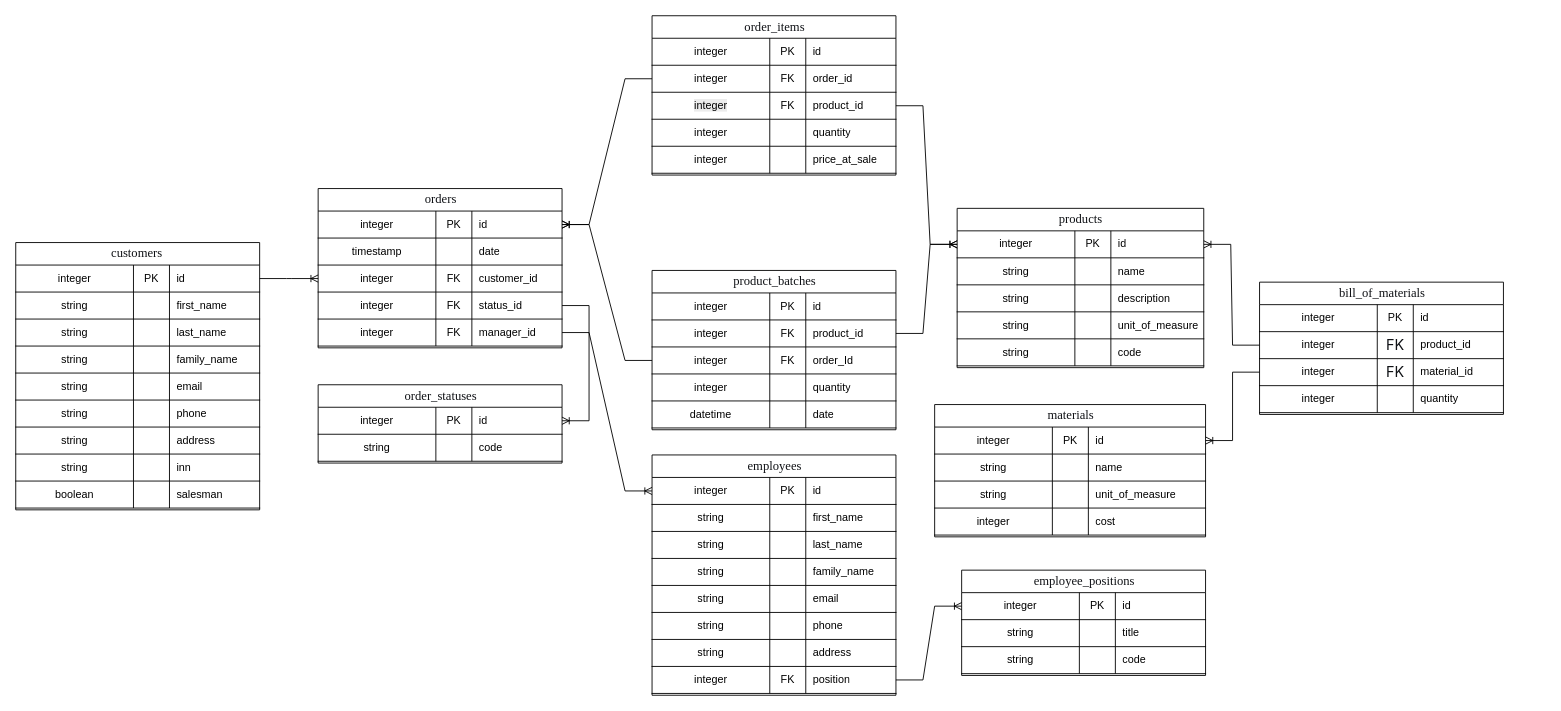
Above: page "Страница-2" (2 of 2) of задание_1/ПП.drawio in Filimon4/PP-.05-2026 (draw.io), before the change. Source tidied: cells renumbered, new cells numbered last; positions are measured from the earlier drawing's top-left corner, leaving out a move shared by most shapes. Both pictures are drawn from the tidied source at 90%, with x=0, y=0 at pixel (15, 15).
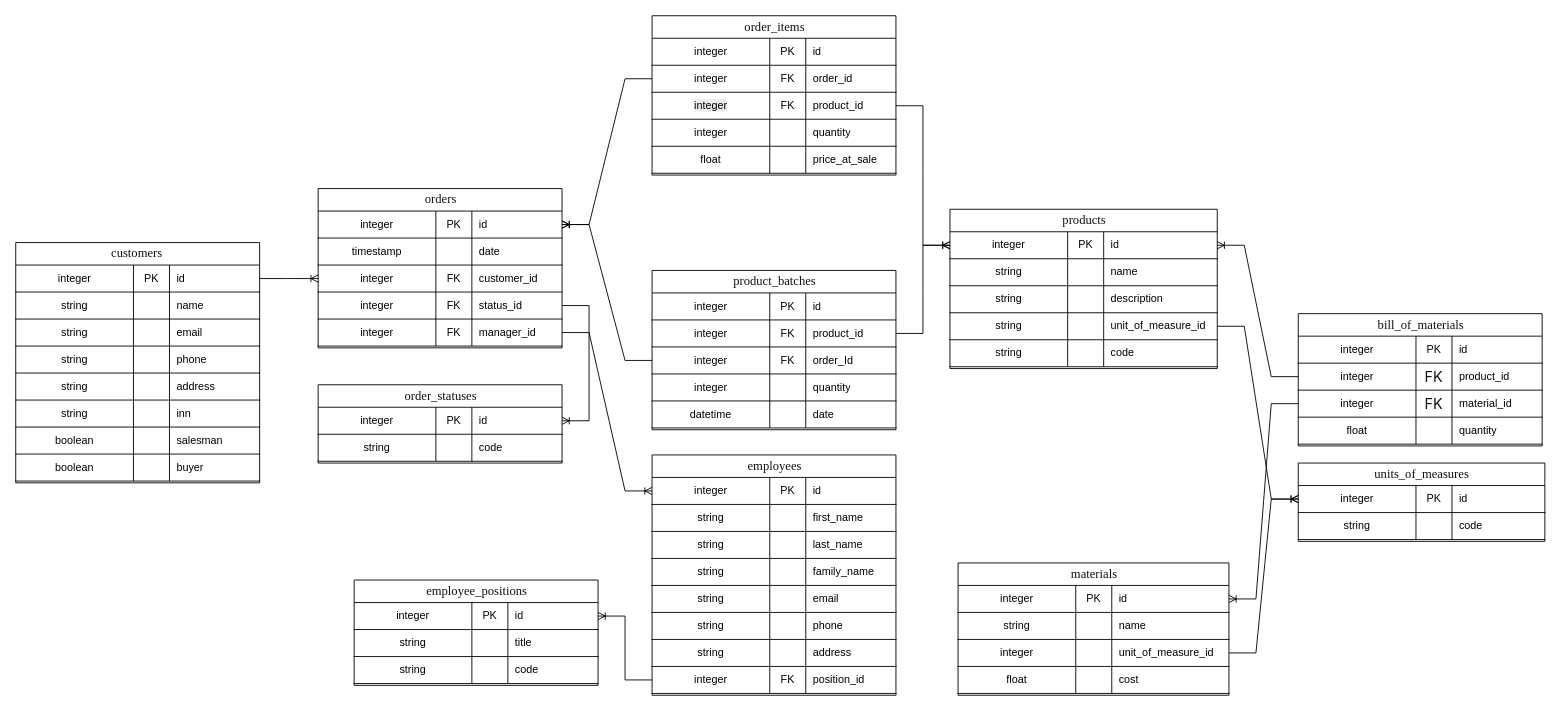
Above is the later version.

Unchanged cells that the change refers to:
```xml
<mxCell id="7" style="shape=tableRow;horizontal=0;startSize=0;swimlaneHead=0;swimlaneBody=0;fillColor=none;top=0;left=0;right=0;bottom=1;fontStyle=0;" parent="2" vertex="1">
  <mxGeometry y="55" width="271" height="30" as="geometry" />
</mxCell>
<mxCell id="69" style="shape=tableRow;horizontal=0;startSize=0;swimlaneHead=0;swimlaneBody=0;fillColor=none;points=[[0,0.5],[1,0.5]];portConstraint=eastwest;top=0;left=0;right=0;bottom=1;fontStyle=0;" parent="60" vertex="1">
  <mxGeometry y="85" width="301" height="30" as="geometry" />
</mxCell>
<mxCell id="73" style="shape=tableRow;horizontal=0;startSize=0;swimlaneHead=0;swimlaneBody=0;fillColor=none;top=0;left=0;right=0;bottom=1;fontStyle=0;" parent="60" vertex="1">
  <mxGeometry y="115" width="301" height="30" as="geometry" />
</mxCell>
<mxCell id="115" style="shape=tableRow;horizontal=0;startSize=0;swimlaneHead=0;swimlaneBody=0;fillColor=none;top=0;left=0;right=0;bottom=1;fontStyle=0;" parent="98" vertex="1">
  <mxGeometry y="145" width="271" height="30" as="geometry" />
</mxCell>
<mxCell id="148" style="shape=tableRow;horizontal=0;startSize=0;swimlaneHead=0;swimlaneBody=0;fillColor=none;points=[[0,0.5],[1,0.5]];portConstraint=eastwest;top=0;left=0;right=0;bottom=1;fontStyle=0;" parent="119" vertex="1">
  <mxGeometry y="235" width="271" height="30" as="geometry" />
</mxCell>
<mxCell id="165" style="shape=tableRow;horizontal=0;startSize=0;swimlaneHead=0;swimlaneBody=0;fillColor=none;top=0;left=0;right=0;bottom=1;fontStyle=0;" parent="152" vertex="1">
  <mxGeometry y="115" width="271" height="30" as="geometry" />
</mxCell>
<mxCell id="199" style="shape=tableRow;horizontal=0;startSize=0;swimlaneHead=0;swimlaneBody=0;fillColor=none;points=[[0,0.5],[1,0.5]];portConstraint=eastwest;top=0;left=0;right=0;bottom=1;fontStyle=0;" parent="198" vertex="1">
  <mxGeometry y="25" width="271" height="30" as="geometry" />
</mxCell>
```

What changed in the source:
```diff
@@
     <mxCell id="2" value="&lt;font face=&quot;Times New Roman&quot; style=&quot;font-size: 14px;&quot;&gt;&lt;span style=&quot;color: rgb(15, 17, 21); text-align: start; text-wrap-mode: wrap; background-color: rgb(255, 255, 255);&quot;&gt;customers&lt;/span&gt;&lt;span style=&quot;color: rgb(15, 17, 21); text-align: start; text-wrap-mode: wrap; background-color: rgb(255, 255, 255);&quot;&gt;&amp;nbsp;&lt;/span&gt;&lt;/font&gt;" style="shape=table;startSize=25;childLayout=tableLayout;rowLines=0;fontStyle=0;align=center;html=1;" parent="1" vertex="1">
-      <mxGeometry y="252" width="271" height="297" as="geometry" />
+      <mxGeometry y="252" width="271" height="267" as="geometry" />
     </mxCell>
@@
-    <mxCell id="10" value="first_name" style="shape=partialRectangle;fillColor=none;top=0;left=0;bottom=0;right=0;align=left;spacingLeft=6;fontStyle=0;overflow=hidden;whiteSpace=wrap;html=1;" parent="7" vertex="1">
+    <mxCell id="10" value="name" style="shape=partialRectangle;fillColor=none;top=0;left=0;bottom=0;right=0;align=left;spacingLeft=6;fontStyle=0;overflow=hidden;whiteSpace=wrap;html=1;" parent="7" vertex="1">
       <mxGeometry x="170.8" width="100.2" height="30" as="geometry" />
     </mxCell>
-    <mxCell id="11" style="shape=tableRow;horizontal=0;startSize=0;swimlaneHead=0;swimlaneBody=0;fillColor=none;top=0;left=0;right=0;bottom=1;fontStyle=0;" parent="2" vertex="1">
-      <mxGeometry y="85" width="271" height="30" as="geometry" />
-    </mxCell>
-    <mxCell id="12" value="string" style="shape=partialRectangle;fillColor=none;top=0;left=0;bottom=0;right=0;fontStyle=0;overflow=hidden;whiteSpace=wrap;html=1;align=center;" parent="11" vertex="1">
-      <mxGeometry width="130.8" height="30" as="geometry" />
-    </mxCell>
-    <mxCell id="13" style="shape=partialRectangle;fillColor=none;top=0;left=0;bottom=0;right=0;fontStyle=0;overflow=hidden;whiteSpace=wrap;html=1;" parent="11" vertex="1">
-      <mxGeometry x="130.8" width="40" height="30" as="geometry" />
-    </mxCell>
-    <mxCell id="14" value="last_name" style="shape=partialRectangle;fillColor=none;top=0;left=0;bottom=0;right=0;align=left;spacingLeft=6;fontStyle=0;overflow=hidden;whiteSpace=wrap;html=1;" parent="11" vertex="1">
-      <mxGeometry x="170.8" width="100.2" height="30" as="geometry" />
-    </mxCell>
-    <mxCell id="15" style="shape=tableRow;horizontal=0;startSize=0;swimlaneHead=0;swimlaneBody=0;fillColor=none;top=0;left=0;right=0;bottom=1;fontStyle=0;" parent="2" vertex="1">
-      <mxGeometry y="115" width="271" height="30" as="geometry" />
-    </mxCell>
-    <mxCell id="16" value="string" style="shape=partialRectangle;fillColor=none;top=0;left=0;bottom=0;right=0;fontStyle=0;overflow=hidden;whiteSpace=wrap;html=1;align=center;" parent="15" vertex="1">
-      <mxGeometry width="130.8" height="30" as="geometry" />
-    </mxCell>
-    <mxCell id="17" style="shape=partialRectangle;fillColor=none;top=0;left=0;bottom=0;right=0;fontStyle=0;overflow=hidden;whiteSpace=wrap;html=1;" parent="15" vertex="1">
-      <mxGeometry x="130.8" width="40" height="30" as="geometry" />
-    </mxCell>
-    <mxCell id="18" value="family_name" style="shape=partialRectangle;fillColor=none;top=0;left=0;bottom=0;right=0;align=left;spacingLeft=6;fontStyle=0;overflow=hidden;whiteSpace=wrap;html=1;" parent="15" vertex="1">
-      <mxGeometry x="170.8" width="100.2" height="30" as="geometry" />
-    </mxCell>
     <mxCell id="19" style="shape=tableRow;horizontal=0;startSize=0;swimlaneHead=0;swimlaneBody=0;fillColor=none;top=0;left=0;right=0;bottom=1;fontStyle=0;" parent="2" vertex="1">
-      <mxGeometry y="145" width="271" height="30" as="geometry" />
+      <mxGeometry y="85" width="271" height="30" as="geometry" />
     </mxCell>
@@
     <mxCell id="23" style="shape=tableRow;horizontal=0;startSize=0;swimlaneHead=0;swimlaneBody=0;fillColor=none;top=0;left=0;right=0;bottom=1;fontStyle=0;" parent="2" vertex="1">
-      <mxGeometry y="175" width="271" height="30" as="geometry" />
+      <mxGeometry y="115" width="271" height="30" as="geometry" />
     </mxCell>
@@
     <mxCell id="27" style="shape=tableRow;horizontal=0;startSize=0;swimlaneHead=0;swimlaneBody=0;fillColor=none;top=0;left=0;right=0;bottom=1;fontStyle=0;" parent="2" vertex="1">
-      <mxGeometry y="205" width="271" height="30" as="geometry" />
+      <mxGeometry y="145" width="271" height="30" as="geometry" />
     </mxCell>
@@
     <mxCell id="31" style="shape=tableRow;horizontal=0;startSize=0;swimlaneHead=0;swimlaneBody=0;fillColor=none;top=0;left=0;right=0;bottom=1;fontStyle=0;" parent="2" vertex="1">
-      <mxGeometry y="235" width="271" height="30" as="geometry" />
+      <mxGeometry y="175" width="271" height="30" as="geometry" />
     </mxCell>
@@
     <mxCell id="35" style="shape=tableRow;horizontal=0;startSize=0;swimlaneHead=0;swimlaneBody=0;fillColor=none;top=0;left=0;right=0;bottom=1;fontStyle=0;" parent="2" vertex="1">
-      <mxGeometry y="265" width="271" height="30" as="geometry" />
+      <mxGeometry y="205" width="271" height="30" as="geometry" />
     </mxCell>
@@
+    <mxCell id="222" style="shape=tableRow;horizontal=0;startSize=0;swimlaneHead=0;swimlaneBody=0;fillColor=none;top=0;left=0;right=0;bottom=1;fontStyle=0;" parent="2" vertex="1">
+      <mxGeometry y="235" width="271" height="30" as="geometry" />
+    </mxCell>
+    <mxCell id="223" value="boolean" style="shape=partialRectangle;fillColor=none;top=0;left=0;bottom=0;right=0;fontStyle=0;overflow=hidden;whiteSpace=wrap;html=1;align=center;" parent="222" vertex="1">
+      <mxGeometry width="130.8" height="30" as="geometry" />
+    </mxCell>
+    <mxCell id="224" style="shape=partialRectangle;fillColor=none;top=0;left=0;bottom=0;right=0;fontStyle=0;overflow=hidden;whiteSpace=wrap;html=1;" parent="222" vertex="1">
+      <mxGeometry x="130.8" width="40" height="30" as="geometry" />
+    </mxCell>
+    <mxCell id="225" value="buyer" style="shape=partialRectangle;fillColor=none;top=0;left=0;bottom=0;right=0;align=left;spacingLeft=6;fontStyle=0;overflow=hidden;whiteSpace=wrap;html=1;" parent="222" vertex="1">
+      <mxGeometry x="170.8" width="100.2" height="30" as="geometry" />
+    </mxCell>
     <mxCell id="39" value="&lt;div style=&quot;text-align: start;&quot;&gt;&lt;font color=&quot;#0f1115&quot; face=&quot;Times New Roman&quot;&gt;&lt;span style=&quot;font-size: 14px; text-wrap-mode: wrap; background-color: rgb(255, 255, 255);&quot;&gt;products&lt;/span&gt;&lt;/font&gt;&lt;/div&gt;" style="shape=table;startSize=25;childLayout=tableLayout;rowLines=0;fontStyle=0;align=center;html=1;" parent="1" vertex="1">
-      <mxGeometry x="1046" y="214" width="274" height="177" as="geometry" />
+      <mxGeometry x="1038" y="215" width="297" height="177" as="geometry" />
     </mxCell>
     <mxCell id="40" style="shape=tableRow;horizontal=0;startSize=0;swimlaneHead=0;swimlaneBody=0;fillColor=none;points=[[0,0.5],[1,0.5]];portConstraint=eastwest;top=0;left=0;right=0;bottom=1;fontStyle=0;" parent="39" vertex="1">
-      <mxGeometry y="25" width="274" height="30" as="geometry" />
+      <mxGeometry y="25" width="297" height="30" as="geometry" />
     </mxCell>
@@
     <mxCell id="43" value="id" style="shape=partialRectangle;fillColor=none;top=0;left=0;bottom=0;right=0;align=left;spacingLeft=6;fontStyle=0;overflow=hidden;whiteSpace=wrap;html=1;" parent="40" vertex="1">
-      <mxGeometry x="170.8" width="103.2" height="30" as="geometry" />
+      <mxGeometry x="170.8" width="126.2" height="30" as="geometry" />
     </mxCell>
     <mxCell id="44" style="shape=tableRow;horizontal=0;startSize=0;swimlaneHead=0;swimlaneBody=0;fillColor=none;top=0;left=0;right=0;bottom=1;fontStyle=0;" parent="39" vertex="1">
-      <mxGeometry y="55" width="274" height="30" as="geometry" />
+      <mxGeometry y="55" width="297" height="30" as="geometry" />
     </mxCell>
@@
     <mxCell id="47" value="name" style="shape=partialRectangle;fillColor=none;top=0;left=0;bottom=0;right=0;align=left;spacingLeft=6;fontStyle=0;overflow=hidden;whiteSpace=wrap;html=1;" parent="44" vertex="1">
-      <mxGeometry x="170.8" width="103.2" height="30" as="geometry" />
+      <mxGeometry x="170.8" width="126.2" height="30" as="geometry" />
     </mxCell>
     <mxCell id="48" style="shape=tableRow;horizontal=0;startSize=0;swimlaneHead=0;swimlaneBody=0;fillColor=none;top=0;left=0;right=0;bottom=1;fontStyle=0;" parent="39" vertex="1">
-      <mxGeometry y="85" width="274" height="30" as="geometry" />
+      <mxGeometry y="85" width="297" height="30" as="geometry" />
     </mxCell>
@@
     <mxCell id="51" value="description" style="shape=partialRectangle;fillColor=none;top=0;left=0;bottom=0;right=0;align=left;spacingLeft=6;fontStyle=0;overflow=hidden;whiteSpace=wrap;html=1;" parent="48" vertex="1">
-      <mxGeometry x="170.8" width="103.2" height="30" as="geometry" />
+      <mxGeometry x="170.8" width="126.2" height="30" as="geometry" />
     </mxCell>
     <mxCell id="52" style="shape=tableRow;horizontal=0;startSize=0;swimlaneHead=0;swimlaneBody=0;fillColor=none;points=[[0,0.5],[1,0.5]];portConstraint=eastwest;top=0;left=0;right=0;bottom=1;fontStyle=0;" parent="39" vertex="1">
-      <mxGeometry y="115" width="274" height="30" as="geometry" />
+      <mxGeometry y="115" width="297" height="30" as="geometry" />
     </mxCell>
@@
-    <mxCell id="55" value="unit_of_measure" style="shape=partialRectangle;fillColor=none;top=0;left=0;bottom=0;right=0;align=left;spacingLeft=6;fontStyle=0;overflow=hidden;whiteSpace=wrap;html=1;" parent="52" vertex="1">
-      <mxGeometry x="170.8" width="103.2" height="30" as="geometry" />
+    <mxCell id="55" value="unit_of_measure_id" style="shape=partialRectangle;fillColor=none;top=0;left=0;bottom=0;right=0;align=left;spacingLeft=6;fontStyle=0;overflow=hidden;whiteSpace=wrap;html=1;" parent="52" vertex="1">
+      <mxGeometry x="170.8" width="126.2" height="30" as="geometry" />
     </mxCell>
     <mxCell id="56" style="shape=tableRow;horizontal=0;startSize=0;swimlaneHead=0;swimlaneBody=0;fillColor=none;top=0;left=0;right=0;bottom=1;fontStyle=0;" parent="39" vertex="1">
-      <mxGeometry y="145" width="274" height="30" as="geometry" />
+      <mxGeometry y="145" width="297" height="30" as="geometry" />
     </mxCell>
@@
     <mxCell id="59" value="code" style="shape=partialRectangle;fillColor=none;top=0;left=0;bottom=0;right=0;align=left;spacingLeft=6;fontStyle=0;overflow=hidden;whiteSpace=wrap;html=1;" parent="56" vertex="1">
-      <mxGeometry x="170.8" width="103.2" height="30" as="geometry" />
+      <mxGeometry x="170.8" width="126.2" height="30" as="geometry" />
     </mxCell>
     <mxCell id="60" value="&lt;font color=&quot;#0f1115&quot; face=&quot;Times New Roman&quot;&gt;&lt;span style=&quot;font-size: 14px; text-wrap-mode: wrap; background-color: rgb(255, 255, 255);&quot;&gt;materials&lt;/span&gt;&lt;/font&gt;" style="shape=table;startSize=25;childLayout=tableLayout;rowLines=0;fontStyle=0;align=center;html=1;" parent="1" vertex="1">
-      <mxGeometry x="1021" y="432" width="301" height="147" as="geometry" />
+      <mxGeometry x="1047" y="608" width="301" height="147" as="geometry" />
     </mxCell>
@@
-    <mxCell id="70" value="string" style="shape=partialRectangle;fillColor=none;top=0;left=0;bottom=0;right=0;fontStyle=0;overflow=hidden;whiteSpace=wrap;html=1;align=center;" parent="69" vertex="1">
+    <mxCell id="70" value="integer" style="shape=partialRectangle;fillColor=none;top=0;left=0;bottom=0;right=0;fontStyle=0;overflow=hidden;whiteSpace=wrap;html=1;align=center;" parent="69" vertex="1">
       <mxGeometry width="130.8" height="30" as="geometry" />
     </mxCell>
@@
-    <mxCell id="72" value="unit_of_measure" style="shape=partialRectangle;fillColor=none;top=0;left=0;bottom=0;right=0;align=left;spacingLeft=6;fontStyle=0;overflow=hidden;whiteSpace=wrap;html=1;" parent="69" vertex="1">
+    <mxCell id="72" value="unit_of_measure_id" style="shape=partialRectangle;fillColor=none;top=0;left=0;bottom=0;right=0;align=left;spacingLeft=6;fontStyle=0;overflow=hidden;whiteSpace=wrap;html=1;" parent="69" vertex="1">
       <mxGeometry x="170.8" width="130.2" height="30" as="geometry" />
     </mxCell>
@@
-    <mxCell id="74" value="integer" style="shape=partialRectangle;fillColor=none;top=0;left=0;bottom=0;right=0;fontStyle=0;overflow=hidden;whiteSpace=wrap;html=1;align=center;" parent="73" vertex="1">
+    <mxCell id="74" value="float" style="shape=partialRectangle;fillColor=none;top=0;left=0;bottom=0;right=0;fontStyle=0;overflow=hidden;whiteSpace=wrap;html=1;align=center;" parent="73" vertex="1">
       <mxGeometry width="130.8" height="30" as="geometry" />
     </mxCell>
@@
-    <mxCell id="116" value="integer" style="shape=partialRectangle;fillColor=none;top=0;left=0;bottom=0;right=0;fontStyle=0;overflow=hidden;whiteSpace=wrap;html=1;align=center;" parent="115" vertex="1">
+    <mxCell id="116" value="float" style="shape=partialRectangle;fillColor=none;top=0;left=0;bottom=0;right=0;fontStyle=0;overflow=hidden;whiteSpace=wrap;html=1;align=center;" parent="115" vertex="1">
       <mxGeometry width="130.8" height="30" as="geometry" />
     </mxCell>
@@
-    <mxCell id="151" value="position" style="shape=partialRectangle;fillColor=none;top=0;left=0;bottom=0;right=0;align=left;spacingLeft=6;fontStyle=0;overflow=hidden;whiteSpace=wrap;html=1;" parent="148" vertex="1">
+    <mxCell id="151" value="position_id" style="shape=partialRectangle;fillColor=none;top=0;left=0;bottom=0;right=0;align=left;spacingLeft=6;fontStyle=0;overflow=hidden;whiteSpace=wrap;html=1;" parent="148" vertex="1">
       <mxGeometry x="170.8" width="100.2" height="30" as="geometry" />
     </mxCell>
     <mxCell id="152" value="&lt;div style=&quot;text-align: start;&quot;&gt;&lt;font color=&quot;#0f1115&quot; face=&quot;Times New Roman&quot;&gt;&lt;span style=&quot;font-size: 14px; text-wrap-mode: wrap; background-color: rgb(255, 255, 255);&quot;&gt;bill_of_materials&lt;/span&gt;&lt;/font&gt;&lt;/div&gt;" style="shape=table;startSize=25;childLayout=tableLayout;rowLines=0;fontStyle=0;align=center;html=1;" parent="1" vertex="1">
-      <mxGeometry x="1382" y="296" width="271" height="147" as="geometry" />
+      <mxGeometry x="1425" y="331" width="271" height="147" as="geometry" />
     </mxCell>
@@
-    <mxCell id="166" value="integer" style="shape=partialRectangle;fillColor=none;top=0;left=0;bottom=0;right=0;fontStyle=0;overflow=hidden;whiteSpace=wrap;html=1;align=center;" parent="165" vertex="1">
+    <mxCell id="166" value="float" style="shape=partialRectangle;fillColor=none;top=0;left=0;bottom=0;right=0;fontStyle=0;overflow=hidden;whiteSpace=wrap;html=1;align=center;" parent="165" vertex="1">
       <mxGeometry width="130.8" height="30" as="geometry" />
     </mxCell>
@@
     <mxCell id="198" value="&lt;div style=&quot;text-align: start;&quot;&gt;&lt;font color=&quot;#0f1115&quot; face=&quot;Times New Roman&quot;&gt;&lt;span style=&quot;font-size: 14px; text-wrap-mode: wrap; background-color: rgb(255, 255, 255);&quot;&gt;employee_positions&lt;/span&gt;&lt;/font&gt;&lt;/div&gt;" style="shape=table;startSize=25;childLayout=tableLayout;rowLines=0;fontStyle=0;align=center;html=1;" parent="1" vertex="1">
-      <mxGeometry x="1051" y="616" width="271" height="117" as="geometry" />
+      <mxGeometry x="376" y="627" width="271" height="117" as="geometry" />
     </mxCell>
@@
-    <mxCell id="211" style="edgeStyle=entityRelationEdgeStyle;fontSize=12;html=1;endArrow=ERoneToMany;rounded=0;exitX=1;exitY=0.5;exitDx=0;exitDy=0;entryX=0;entryY=0.5;entryDx=0;entryDy=0;" parent="1" edge="1" source="148" target="199">
+    <mxCell id="211" style="edgeStyle=entityRelationEdgeStyle;fontSize=12;html=1;endArrow=ERoneToMany;rounded=0;exitX=0;exitY=0.5;exitDx=0;exitDy=0;entryX=1;entryY=0.5;entryDx=0;entryDy=0;" parent="1" edge="1" source="148" target="199">
       <mxGeometry relative="1" as="geometry" />
     </mxCell>
@@
+    <mxCell id="226" value="&lt;div style=&quot;text-align: start;&quot;&gt;&lt;font color=&quot;#0f1115&quot; face=&quot;Times New Roman&quot;&gt;&lt;span style=&quot;font-size: 14px; text-wrap-mode: wrap; background-color: rgb(255, 255, 255);&quot;&gt;units_of_measures&lt;/span&gt;&lt;/font&gt;&lt;/div&gt;" style="shape=table;startSize=25;childLayout=tableLayout;rowLines=0;fontStyle=0;align=center;html=1;" parent="1" vertex="1">
+      <mxGeometry x="1425" y="497" width="274" height="87" as="geometry" />
+    </mxCell>
+    <mxCell id="227" style="shape=tableRow;horizontal=0;startSize=0;swimlaneHead=0;swimlaneBody=0;fillColor=none;points=[[0,0.5],[1,0.5]];portConstraint=eastwest;top=0;left=0;right=0;bottom=1;fontStyle=0;" parent="226" vertex="1">
+      <mxGeometry y="25" width="274" height="30" as="geometry" />
+    </mxCell>
+    <mxCell id="228" value="&lt;div style=&quot;&quot;&gt;&lt;span style=&quot;&quot;&gt;integer&lt;/span&gt;&lt;/div&gt;" style="shape=partialRectangle;fillColor=none;top=0;left=0;bottom=0;right=0;fontStyle=0;overflow=hidden;whiteSpace=wrap;html=1;align=center;" parent="227" vertex="1">
+      <mxGeometry width="130.8" height="30" as="geometry" />
+    </mxCell>
+    <mxCell id="229" value="PK" style="shape=partialRectangle;fillColor=none;top=0;left=0;bottom=0;right=0;fontStyle=0;overflow=hidden;whiteSpace=wrap;html=1;" parent="227" vertex="1">
+      <mxGeometry x="130.8" width="40" height="30" as="geometry" />
+    </mxCell>
+    <mxCell id="230" value="id" style="shape=partialRectangle;fillColor=none;top=0;left=0;bottom=0;right=0;align=left;spacingLeft=6;fontStyle=0;overflow=hidden;whiteSpace=wrap;html=1;" parent="227" vertex="1">
+      <mxGeometry x="170.8" width="103.2" height="30" as="geometry" />
+    </mxCell>
+    <mxCell id="231" style="shape=tableRow;horizontal=0;startSize=0;swimlaneHead=0;swimlaneBody=0;fillColor=none;top=0;left=0;right=0;bottom=1;fontStyle=0;" parent="226" vertex="1">
+      <mxGeometry y="55" width="274" height="30" as="geometry" />
+    </mxCell>
+    <mxCell id="232" value="string" style="shape=partialRectangle;fillColor=none;top=0;left=0;bottom=0;right=0;fontStyle=0;overflow=hidden;whiteSpace=wrap;html=1;align=center;" parent="231" vertex="1">
+      <mxGeometry width="130.8" height="30" as="geometry" />
+    </mxCell>
+    <mxCell id="233" style="shape=partialRectangle;fillColor=none;top=0;left=0;bottom=0;right=0;fontStyle=0;overflow=hidden;whiteSpace=wrap;html=1;" parent="231" vertex="1">
+      <mxGeometry x="130.8" width="40" height="30" as="geometry" />
+    </mxCell>
+    <mxCell id="234" value="code" style="shape=partialRectangle;fillColor=none;top=0;left=0;bottom=0;right=0;align=left;spacingLeft=6;fontStyle=0;overflow=hidden;whiteSpace=wrap;html=1;" parent="231" vertex="1">
+      <mxGeometry x="170.8" width="103.2" height="30" as="geometry" />
+    </mxCell>
+    <mxCell id="235" style="edgeStyle=entityRelationEdgeStyle;fontSize=12;html=1;endArrow=ERoneToMany;rounded=0;exitX=1;exitY=0.5;exitDx=0;exitDy=0;entryX=0;entryY=0.5;entryDx=0;entryDy=0;" parent="1" edge="1" source="52" target="227">
+      <mxGeometry relative="1" as="geometry" />
+    </mxCell>
+    <mxCell id="236" style="edgeStyle=entityRelationEdgeStyle;fontSize=12;html=1;endArrow=ERoneToMany;rounded=0;exitX=1;exitY=0.5;exitDx=0;exitDy=0;entryX=0;entryY=0.5;entryDx=0;entryDy=0;" parent="1" edge="1" source="69" target="227">
+      <mxGeometry relative="1" as="geometry" />
+    </mxCell>
```
